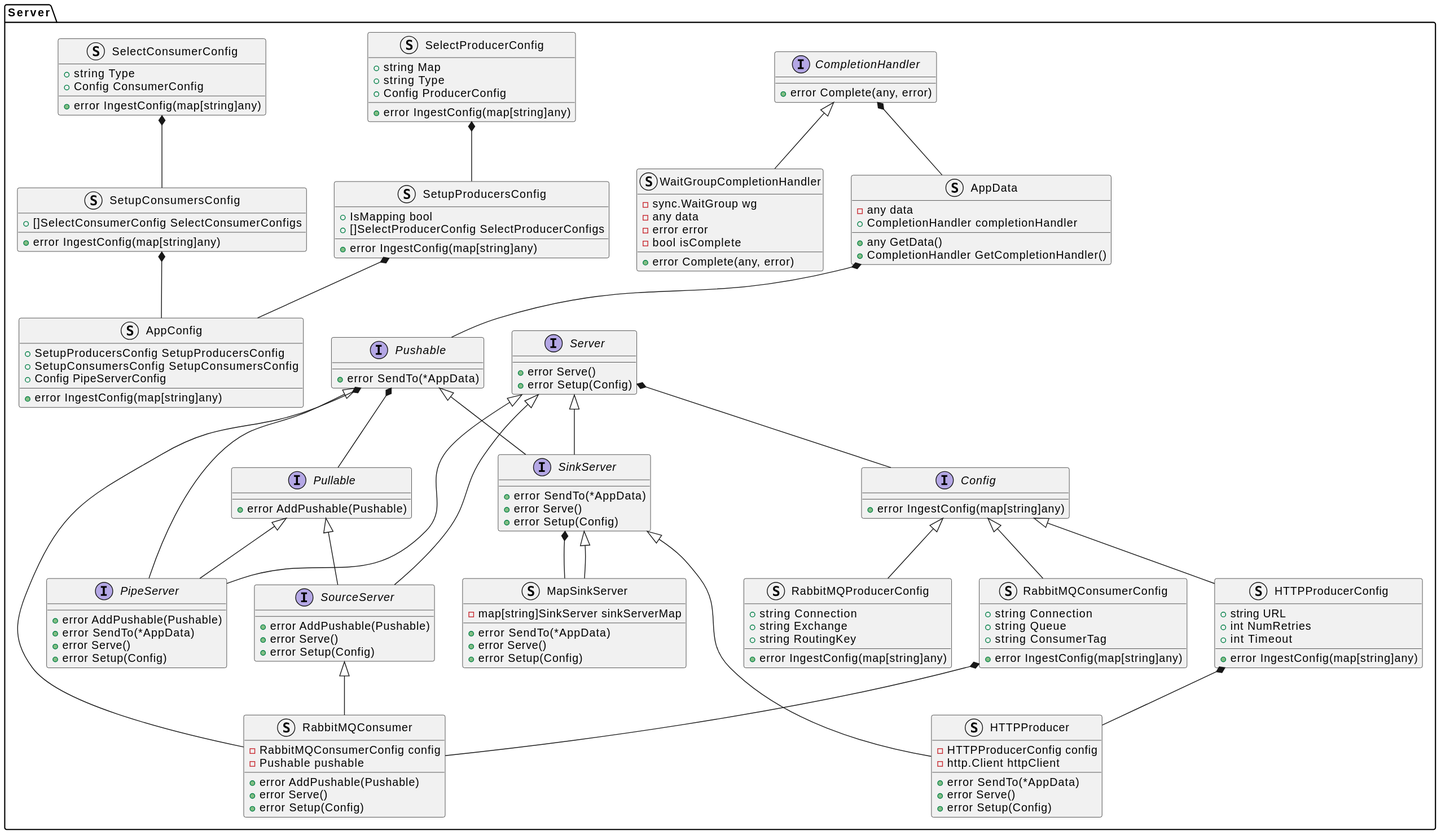
xtuml/otel2pv keeps this PlantUML diagram as docs/design_notes/DN1_JSON_Extractor/class_diagram.svg. Above is the earlier version.
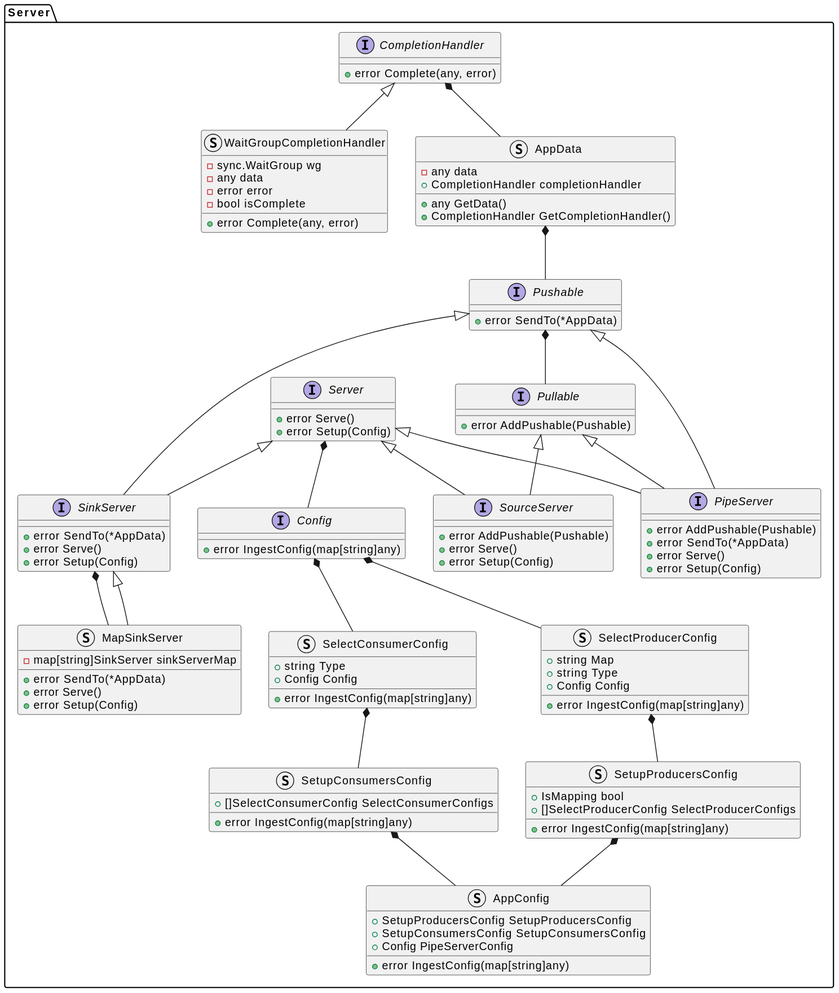
The same diagram one commit later.

Diff of the diagram source:
```diff
@@ -42,20 +42,6 @@
         +error Serve()
         +error Setup(Config)
     }
-    struct HTTPProducer {
-        -HTTPProducerConfig config
-        -http.Client httpClient
-        +error SendTo(*AppData)
-        +error Serve()
-        +error Setup(Config)
-    }
-    struct RabbitMQConsumer {
-        -RabbitMQConsumerConfig config
-        -Pushable pushable
-        +error AddPushable(Pushable)
-        +error Serve()
-        +error Setup(Config)
-    }
     struct MapSinkServer {
         -map[string]SinkServer sinkServerMap
         +error SendTo(*AppData)
@@ -65,28 +51,10 @@
     interface Config {
         +error IngestConfig(map[string]any)
     }
-    struct HTTPProducerConfig {
-        +string URL
-        +int NumRetries
-        +int Timeout
-        +error IngestConfig(map[string]any)
-    }
-    struct RabbitMQProducerConfig {
-        +string Connection
-        +string Exchange
-        +string RoutingKey
-        +error IngestConfig(map[string]any)
-    }
-    struct RabbitMQConsumerConfig {
-        +string Connection
-        +string Queue
-        +string ConsumerTag
-        +error IngestConfig(map[string]any)
-    }
     struct SelectProducerConfig {
         +string Map
         +string Type
-        +Config ProducerConfig
+        +Config Config
         +error IngestConfig(map[string]any)
     }
     struct SetupProducersConfig {
@@ -96,7 +64,7 @@
     }
     struct SelectConsumerConfig {
         +string Type
-        +Config ConsumerConfig
+        +Config Config
         +error IngestConfig(map[string]any)
     }
     struct SetupConsumersConfig {
@@ -122,21 +90,14 @@
 Server.Pullable <|-- Server.PipeServer
 Server.Server <|-- Server.PipeServer
 
-Server.SinkServer <|-- Server.HTTPProducer
 Server.SinkServer *-- Server.MapSinkServer
 Server.SinkServer <|-- Server.MapSinkServer
-Server.SourceServer <|-- Server.RabbitMQConsumer
-Server.Pushable *-- Server.RabbitMQConsumer
-
 
 Server.Server *-- Server.Config
-Server.Config <|-- Server.HTTPProducerConfig
-Server.Config <|-- Server.RabbitMQProducerConfig
-Server.Config <|-- Server.RabbitMQConsumerConfig
+Server.Config *-- Server.SelectProducerConfig
+Server.Config *-- Server.SelectConsumerConfig
 Server.SetupProducersConfig *-- Server.AppConfig
 Server.SetupConsumersConfig *-- Server.AppConfig
 Server.SelectProducerConfig *-- Server.SetupProducersConfig
 Server.SelectConsumerConfig *-- Server.SetupConsumersConfig
-Server.HTTPProducerConfig *-- Server.HTTPProducer
-Server.RabbitMQConsumerConfig *-- Server.RabbitMQConsumer
 @enduml
```
